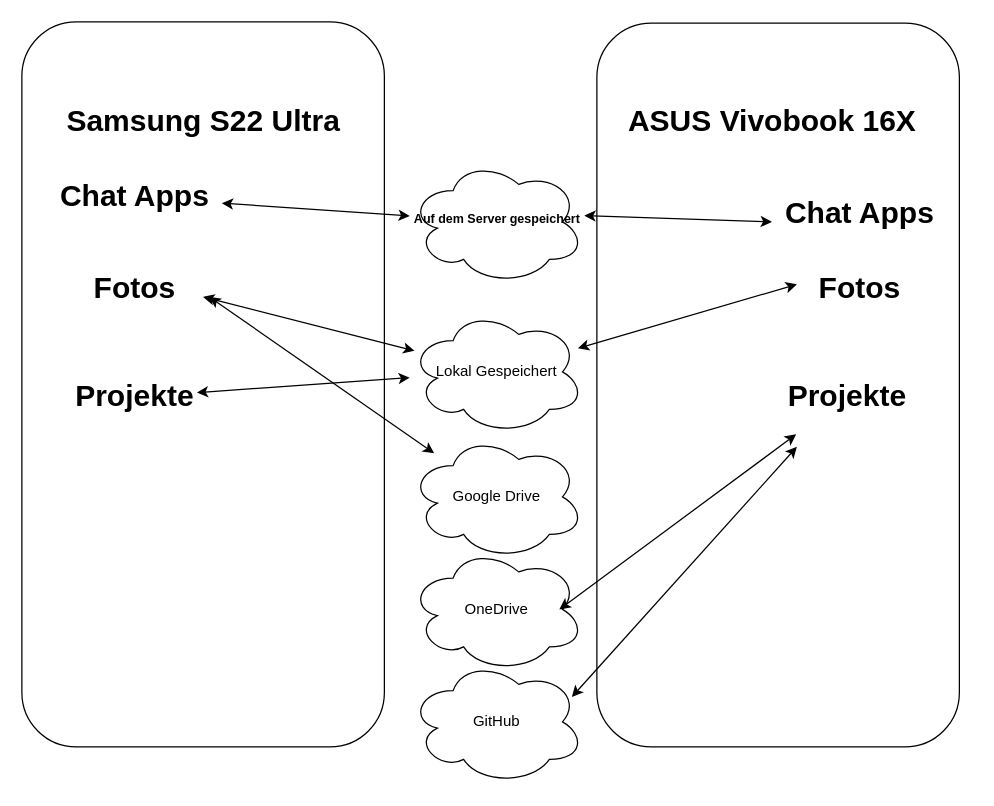
Before: 02_Eigenes Ablagekonzept.drawio in dgdecorso/Datenschutz-Sicherheit, a draw.io diagram. Source tidied: cells renumbered, new cells numbered last; positions are measured from the earlier drawing's top-left corner, leaving out a move shared by most shapes. Both pictures are drawn from the tidied source at 125%, with x=0, y=0 at pixel (21, 21).
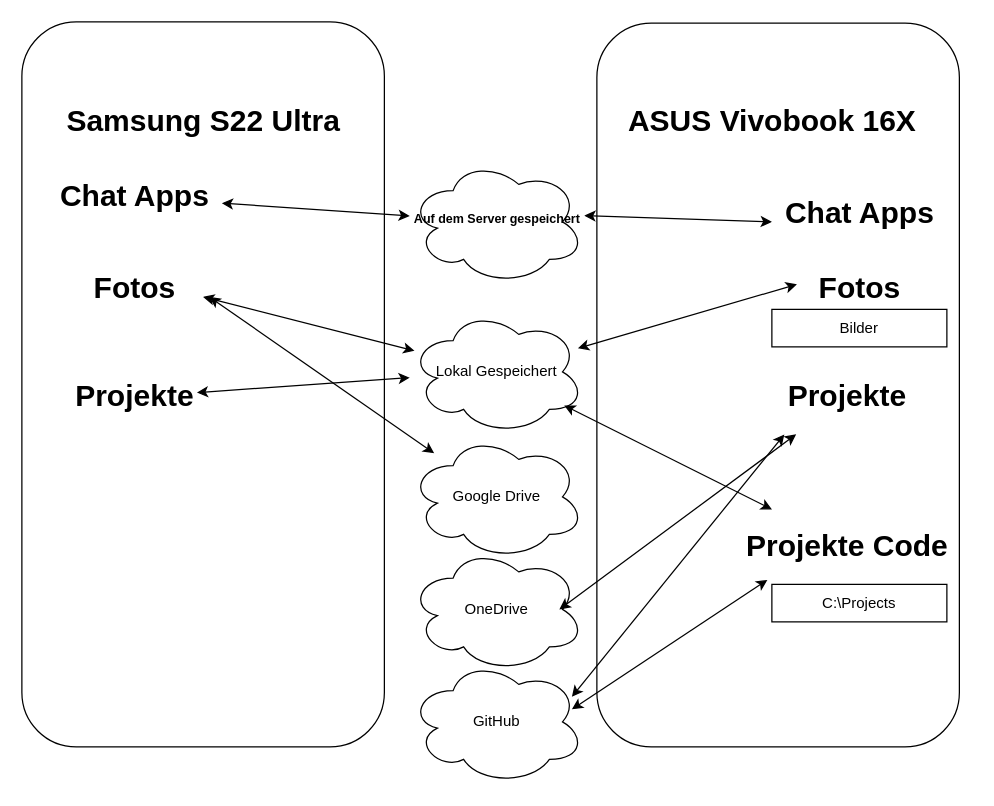
The same page after the edit.

The change refers to these unchanged cells:
```xml
<mxCell id="12" value="Lokal Gespeichert" style="ellipse;shape=cloud;whiteSpace=wrap;html=1;" parent="1" vertex="1">
  <mxGeometry x="310" y="230" width="140" height="100" as="geometry" />
</mxCell>
<mxCell id="23" value="Projekte" style="text;strokeColor=none;fillColor=none;html=1;fontSize=24;fontStyle=1;verticalAlign=middle;align=center;" parent="1" vertex="1">
  <mxGeometry x="610" y="270" width="100" height="60" as="geometry" />
</mxCell>
```

Diff of the diagram source:
```diff
@@
-    <mxCell id="25" style="endArrow=classic;startArrow=classic;html=1;rounded=0;" parent="1" edge="1">
+    <mxCell id="25" style="endArrow=classic;startArrow=classic;html=1;rounded=0;entryX=0;entryY=1;entryDx=0;entryDy=0;" parent="1" edge="1" target="23">
       <mxGeometry relative="1" as="geometry">
         <mxPoint x="440" y="540" as="sourcePoint" />
-        <mxPoint x="620" y="340" as="targetPoint" />
       </mxGeometry>
     </mxCell>
+    <mxCell id="26" value="Projekte Code" style="text;strokeColor=none;fillColor=none;html=1;fontSize=24;fontStyle=1;verticalAlign=middle;align=center;" parent="1" vertex="1">
+      <mxGeometry x="560" y="390" width="200" height="60" as="geometry" />
+    </mxCell>
+    <mxCell id="27" style="endArrow=classic;startArrow=classic;html=1;rounded=0;exitX=0.885;exitY=0.768;exitDx=0;exitDy=0;exitPerimeter=0;" parent="1" edge="1" source="12" target="26">
+      <mxGeometry relative="1" as="geometry" />
+    </mxCell>
+    <mxCell id="28" style="endArrow=classic;startArrow=classic;html=1;rounded=0;exitX=0.885;exitY=0.768;exitDx=0;exitDy=0;exitPerimeter=0;entryX=0.182;entryY=0.94;entryDx=0;entryDy=0;entryPerimeter=0;" parent="1" edge="1" target="26">
+      <mxGeometry relative="1" as="geometry">
+        <mxPoint x="440" y="550" as="sourcePoint" />
+      </mxGeometry>
+    </mxCell>
+    <mxCell id="29" value="C:\Projects" style="rounded=0;whiteSpace=wrap;html=1;" parent="1" vertex="1">
+      <mxGeometry x="600" y="450" width="140" height="30" as="geometry" />
+    </mxCell>
+    <mxCell id="30" value="Bilder" style="rounded=0;whiteSpace=wrap;html=1;" parent="1" vertex="1">
+      <mxGeometry x="600" y="230" width="140" height="30" as="geometry" />
+    </mxCell>
```
